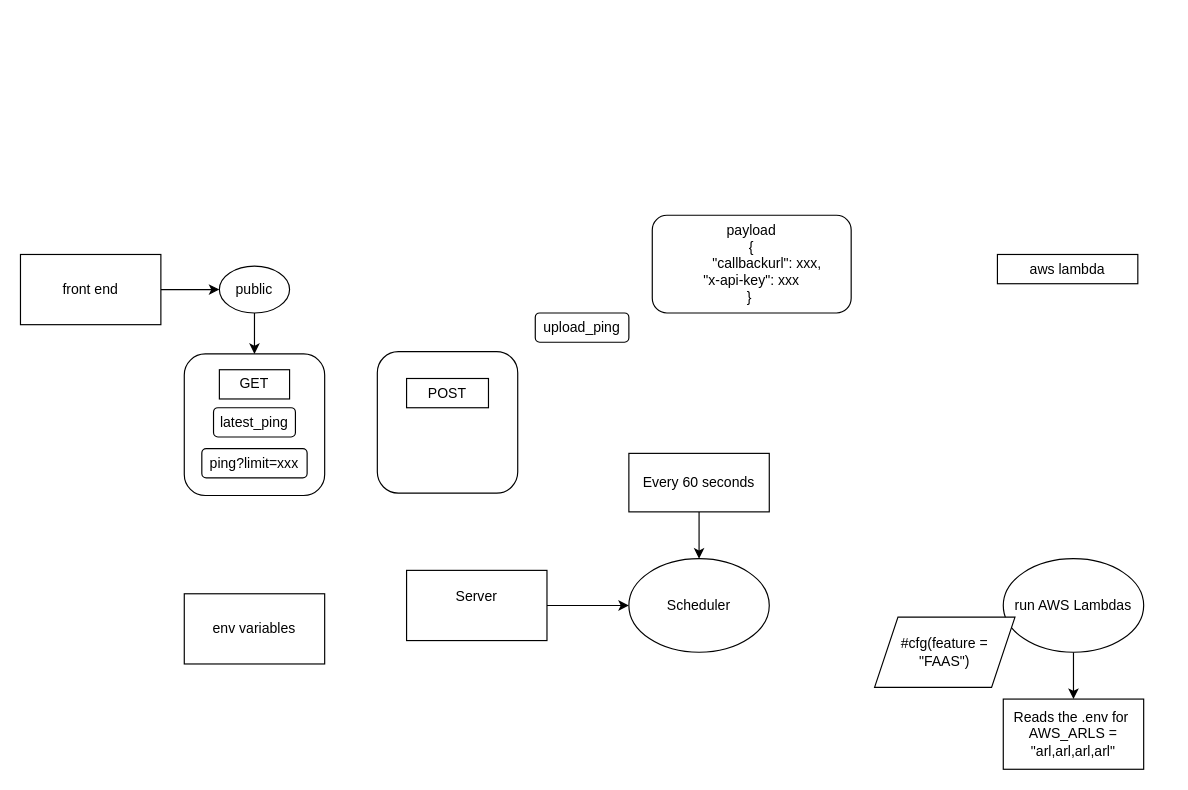
The draw.io diagram API_CHECKER.drawio in acoffeee/FlowCharts, before the edit. Source tidied: cells renumbered, new cells numbered last; positions are measured from the earlier drawing's top-left corner, leaving out a move shared by most shapes. Both pictures are drawn from the tidied source at 117%, with x=0, y=0 at pixel (20, 214).
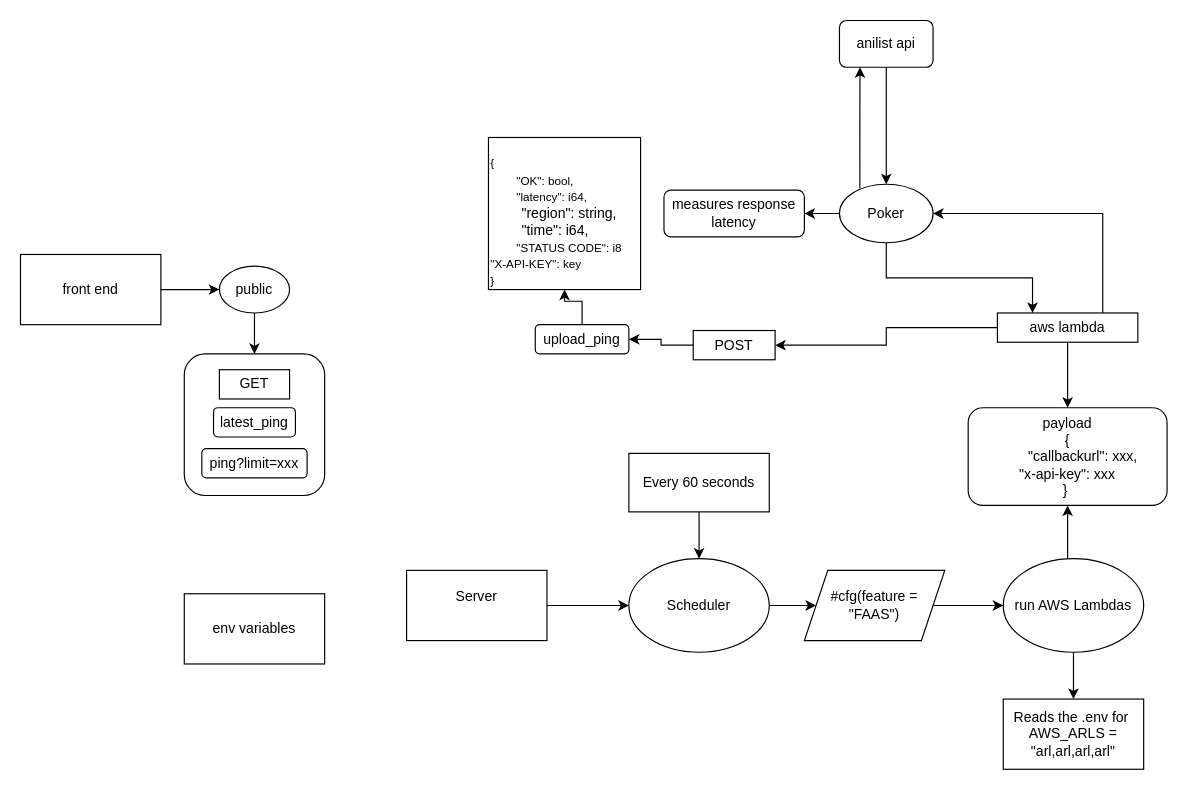
Above is the later version.

Unchanged cells that the change refers to:
```xml
<mxCell id="18" value="Scheduler" style="ellipse;whiteSpace=wrap;html=1;shapeInside=1;" parent="1" vertex="1">
  <mxGeometry x="520" y="294" width="120" height="80" as="geometry" />
</mxCell>
<mxCell id="22" value="run AWS Lambdas" style="ellipse;whiteSpace=wrap;html=1;shapeInside=1;" parent="1" vertex="1">
  <mxGeometry x="840" y="294" width="120" height="80" as="geometry" />
</mxCell>
```

Diff of the diagram source:
```diff
@@
-    <mxCell id="13" style="rounded=1;whiteSpace=wrap;html=1;roundedPerimeter=1;" parent="1" vertex="1">
-      <mxGeometry x="305" y="117" width="120" height="121" as="geometry" />
-    </mxCell>
+    <mxCell id="25" style="edgeStyle=orthogonalEdgeStyle;rounded=0;jettySize=auto;html=1;" parent="1" edge="1" source="14" target="15">
+      <mxGeometry relative="1" as="geometry" />
+    </mxCell>
     <mxCell id="14" value="POST" style="rounded=0;whiteSpace=wrap;html=1;" parent="1" vertex="1">
-      <mxGeometry x="330" y="140" width="70" height="25" as="geometry" />
+      <mxGeometry x="575" y="99" width="70" height="25" as="geometry" />
     </mxCell>
+    <mxCell id="26" style="edgeStyle=orthogonalEdgeStyle;rounded=0;jettySize=auto;html=1;" parent="1" edge="1" source="15" target="40">
+      <mxGeometry relative="1" as="geometry" />
+    </mxCell>
     <mxCell id="15" value="upload_ping" style="rounded=1;whiteSpace=wrap;html=1;roundedPerimeter=1;" parent="1" vertex="1">
-      <mxGeometry x="440" y="84" width="80" height="25" as="geometry" />
+      <mxGeometry x="440" y="94" width="80" height="25" as="geometry" />
     </mxCell>
     <mxCell id="16" value="payload&lt;div&gt;&lt;span style=&quot;background-color: transparent; color: light-dark(rgb(0, 0, 0), rgb(255, 255, 255));&quot;&gt;{&lt;/span&gt;&lt;div&gt;&lt;span style=&quot;white-space: pre;&quot;&gt;&#9;&lt;/span&gt;&quot;callbackurl&quot;: xxx,&lt;br&gt;&lt;/div&gt;&lt;div&gt;&quot;x-api-key&quot;: xxx&lt;/div&gt;&lt;div&gt;}&amp;nbsp;&lt;/div&gt;&lt;/div&gt;" style="rounded=1;whiteSpace=wrap;html=1;roundedPerimeter=1;" parent="1" vertex="1">
-      <mxGeometry x="540" y="0.5" width="170" height="83.5" as="geometry" />
+      <mxGeometry x="810" y="165" width="170" height="83.5" as="geometry" />
     </mxCell>
+    <mxCell id="27" style="edgeStyle=orthogonalEdgeStyle;rounded=0;jettySize=auto;html=1;entryX=1;entryY=0.5;entryDx=0;entryDy=0;exitX=0.75;exitY=0;exitDx=0;exitDy=0;" parent="1" edge="1" source="17" target="36">
+      <mxGeometry x="0.13" relative="1" as="geometry" />
+    </mxCell>
+    <mxCell id="28" style="edgeStyle=orthogonalEdgeStyle;rounded=0;jettySize=auto;html=1;" parent="1" edge="1" source="17" target="16">
+      <mxGeometry relative="1" as="geometry" />
+    </mxCell>
+    <mxCell id="29" style="edgeStyle=orthogonalEdgeStyle;rounded=0;jettySize=auto;html=1;entryX=1;entryY=0.5;entryDx=0;entryDy=0;" parent="1" edge="1" source="17" target="14">
+      <mxGeometry relative="1" as="geometry" />
+    </mxCell>
     <mxCell id="17" value="aws lambda" style="rounded=0;whiteSpace=wrap;html=1;" parent="1" vertex="1">
-      <mxGeometry x="835" y="34" width="120" height="25" as="geometry" />
+      <mxGeometry x="835" y="84" width="120" height="25" as="geometry" />
     </mxCell>
+    <mxCell id="30" style="edgeStyle=orthogonalEdgeStyle;rounded=0;jettySize=auto;html=1;" parent="1" edge="1" source="18" target="24">
+      <mxGeometry relative="1" as="geometry" />
+    </mxCell>
@@
+    <mxCell id="31" style="edgeStyle=orthogonalEdgeStyle;rounded=0;jettySize=auto;html=1;" parent="1" edge="1" source="22" target="16">
+      <mxGeometry relative="1" as="geometry">
+        <Array as="points">
+          <mxPoint x="895" y="274" />
+          <mxPoint x="895" y="274" />
+        </Array>
+      </mxGeometry>
+    </mxCell>
@@
+    <mxCell id="32" style="edgeStyle=orthogonalEdgeStyle;rounded=0;jettySize=auto;html=1;" parent="1" edge="1" source="24" target="22">
+      <mxGeometry relative="1" as="geometry" />
+    </mxCell>
     <mxCell id="24" value="#cfg(feature = &quot;FAAS&quot;)" style="shape=parallelogram;perimeter=parallelogramPerimeter;whiteSpace=wrap;html=1;shapeInside=1;fixedSize=1;" parent="1" vertex="1">
-      <mxGeometry x="730" y="344" width="120" height="60" as="geometry" />
+      <mxGeometry x="670" y="304" width="120" height="60" as="geometry" />
     </mxCell>
+    <mxCell id="33" style="edgeStyle=orthogonalEdgeStyle;rounded=0;jettySize=auto;html=1;entryX=0.164;entryY=1.099;entryDx=0;entryDy=0;exitX=0.218;exitY=0.066;exitDx=0;exitDy=0;exitPerimeter=0;" parent="1" edge="1" source="36" target="39">
+      <mxGeometry relative="1" as="geometry" />
+    </mxCell>
+    <mxCell id="34" style="edgeStyle=orthogonalEdgeStyle;rounded=0;jettySize=auto;html=1;" parent="1" edge="1" source="36" target="37">
+      <mxGeometry relative="1" as="geometry" />
+    </mxCell>
+    <mxCell id="35" style="edgeStyle=orthogonalEdgeStyle;rounded=0;jettySize=auto;html=1;entryX=0.25;entryY=0;entryDx=0;entryDy=0;exitX=0.5;exitY=1;exitDx=0;exitDy=0;" parent="1" edge="1" source="36" target="17">
+      <mxGeometry relative="1" as="geometry" />
+    </mxCell>
+    <mxCell id="36" value="Poker" style="ellipse;whiteSpace=wrap;html=1;shapeInside=1;" parent="1" vertex="1">
+      <mxGeometry x="700" y="-26" width="80" height="50" as="geometry" />
+    </mxCell>
+    <mxCell id="37" value="measures response latency" style="rounded=1;whiteSpace=wrap;html=1;roundedPerimeter=1;" parent="1" vertex="1">
+      <mxGeometry x="550" y="-21" width="120" height="40" as="geometry" />
+    </mxCell>
+    <mxCell id="38" style="edgeStyle=orthogonalEdgeStyle;rounded=0;jettySize=auto;html=1;entryX=0.5;entryY=0;entryDx=0;entryDy=0;" parent="1" edge="1" source="39" target="36">
+      <mxGeometry relative="1" as="geometry" />
+    </mxCell>
+    <mxCell id="39" value="anilist api" style="rounded=1;whiteSpace=wrap;html=1;roundedPerimeter=1;" parent="1" vertex="1">
+      <mxGeometry x="700" y="-166" width="80" height="40" as="geometry" />
+    </mxCell>
+    <mxCell id="40" value="&lt;br&gt;&lt;div&gt;&lt;font style=&quot;font-size: 10px;&quot;&gt;{&lt;/font&gt;&lt;/div&gt;&lt;div&gt;&lt;font style=&quot;font-size: 10px;&quot;&gt;&lt;span style=&quot;white-space: pre;&quot;&gt;&#9;&lt;/span&gt;&quot;OK&quot;: bool,&lt;/font&gt;&lt;/div&gt;&lt;div&gt;&lt;font style=&quot;font-size: 10px;&quot;&gt;&lt;span style=&quot;white-space: pre;&quot;&gt;&#9;&lt;/span&gt;&quot;latency&quot;: i64,&lt;/font&gt;&lt;/div&gt;&lt;div&gt;&lt;span style=&quot;white-space: pre;&quot;&gt;&#9;&lt;/span&gt;&quot;region&quot;: string,&lt;br&gt;&lt;/div&gt;&lt;div&gt;&lt;span style=&quot;white-space: pre;&quot;&gt;&#9;&lt;/span&gt;&quot;time&quot;: i64,&lt;br&gt;&lt;/div&gt;&lt;div&gt;&lt;font style=&quot;font-size: 10px;&quot;&gt;&lt;span style=&quot;white-space: pre;&quot;&gt;&#9;&lt;/span&gt;&quot;STATUS CODE&quot;: i8&lt;/font&gt;&lt;/div&gt;&lt;div&gt;&lt;font style=&quot;font-size: 10px;&quot;&gt;&quot;X-API-KEY&quot;: key&lt;/font&gt;&lt;/div&gt;&lt;div&gt;&lt;font style=&quot;font-size: 10px;&quot;&gt;}&lt;/font&gt;&lt;/div&gt;" style="whiteSpace=wrap;html=1;align=left;" parent="1" vertex="1">
+      <mxGeometry x="400" y="-66" width="130" height="130" as="geometry" />
+    </mxCell>
```
